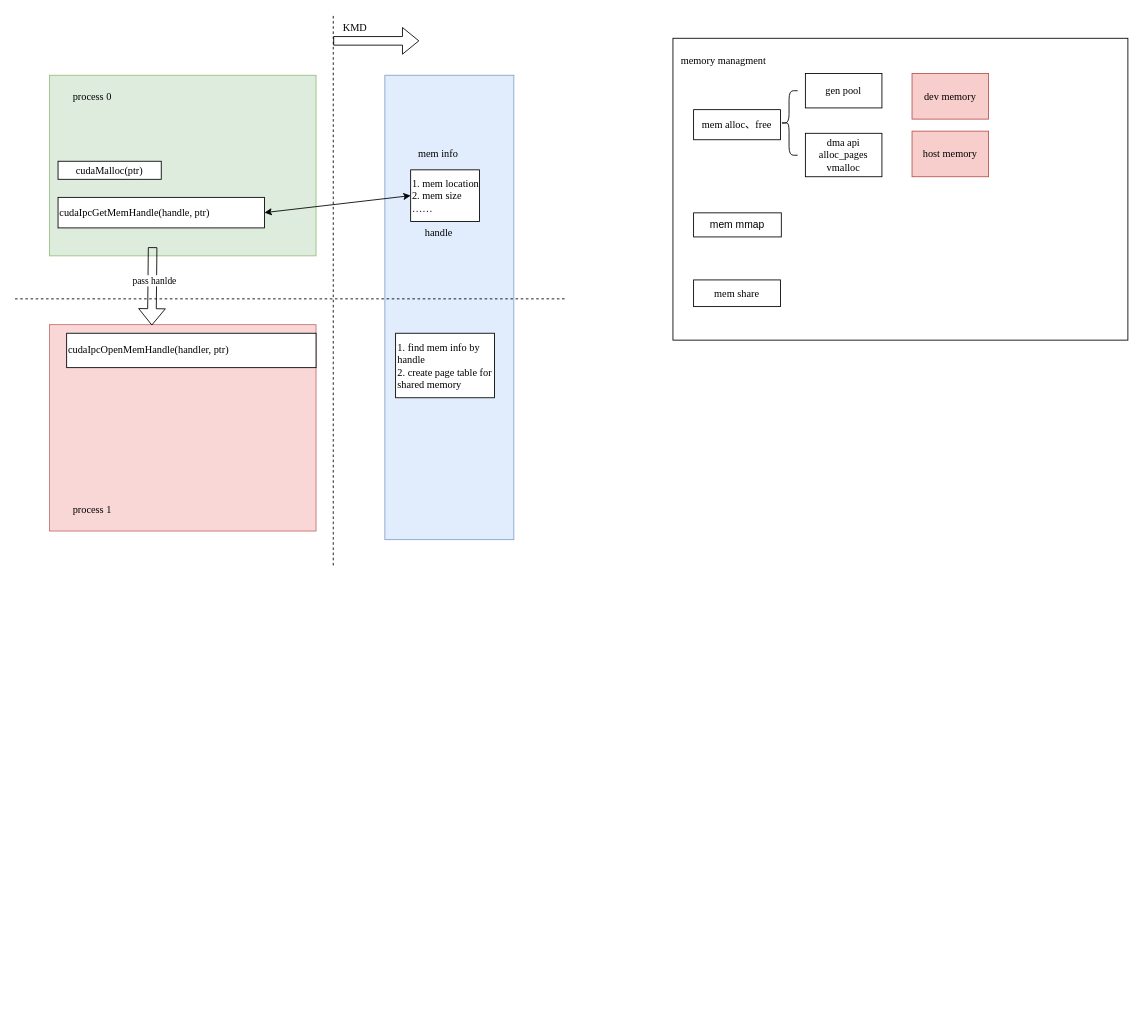
Earlier version of the draw.io diagram ipc_mem_share.drawio (andyzhanged/for_draw_io). Source tidied: cells renumbered, new cells numbered last; positions are measured from the earlier drawing's top-left corner, leaving out a move shared by most shapes. Both pictures are drawn from the tidied source at 86%, with x=0, y=0 at pixel (15, 15).
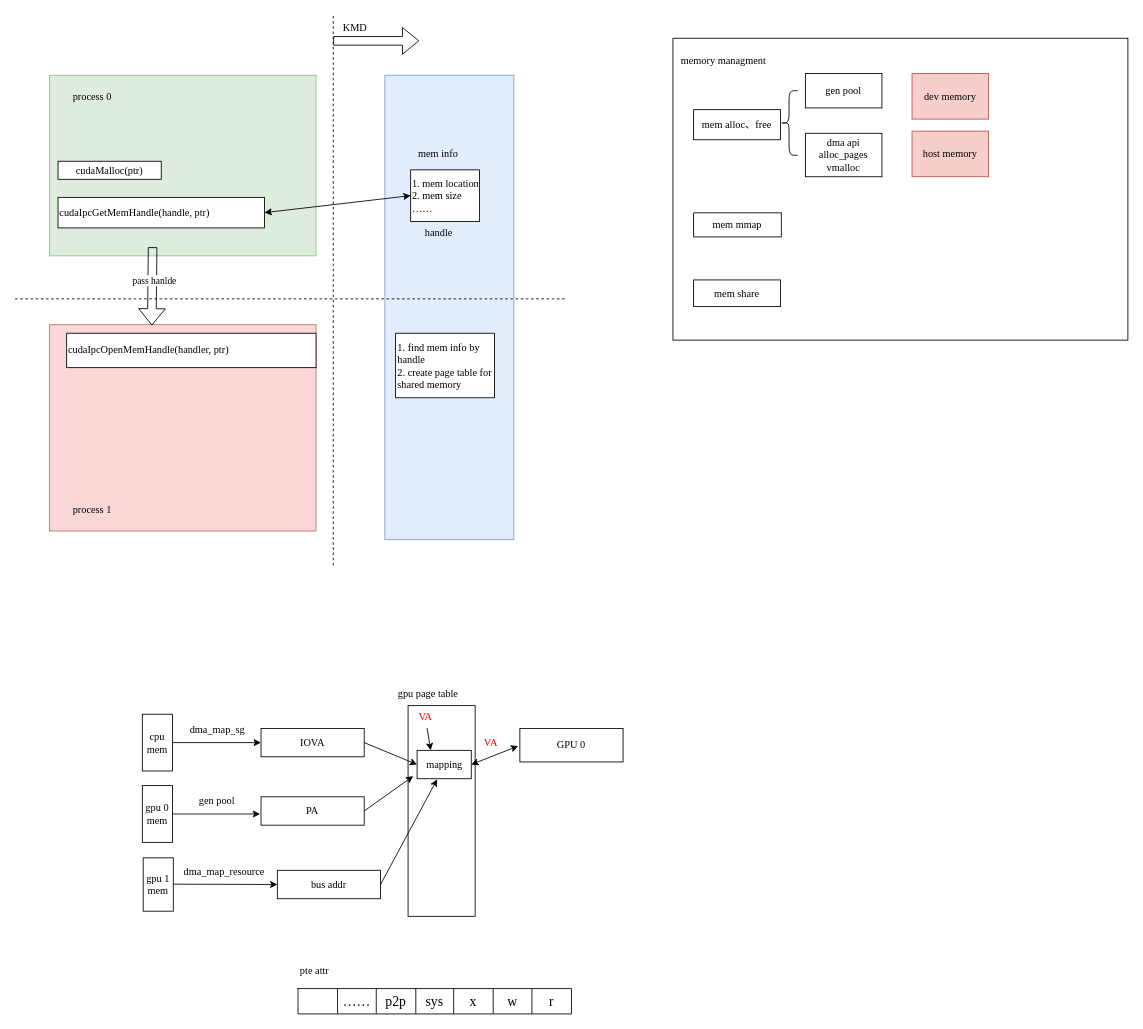
Above is the later version.

What changed in the source:
```diff
@@
+    <mxCell id="31" style="whiteSpace=wrap;html=1;fontFamily=Times New Roman;" parent="1" vertex="1">
+      <mxGeometry x="457" y="803" width="78" height="245" as="geometry" />
+    </mxCell>
@@
-    <mxCell id="30" value="mem mmap" style="rounded=0;whiteSpace=wrap;html=1;" parent="1" vertex="1">
+    <mxCell id="30" value="mem mmap" style="rounded=0;whiteSpace=wrap;html=1;fontFamily=Times New Roman;" parent="1" vertex="1">
       <mxGeometry x="789" y="230" width="102" height="28" as="geometry" />
     </mxCell>
+    <mxCell id="32" style="edgeStyle=orthogonalEdgeStyle;rounded=0;jettySize=auto;html=1;fontFamily=Times New Roman;" parent="1" edge="1" source="33" target="36">
+      <mxGeometry relative="1" as="geometry" />
+    </mxCell>
+    <mxCell id="33" value="&lt;div&gt;cpu mem&lt;/div&gt;" style="rounded=0;whiteSpace=wrap;html=1;fontFamily=Times New Roman;" parent="1" vertex="1">
+      <mxGeometry x="148" y="813" width="35" height="66" as="geometry" />
+    </mxCell>
+    <mxCell id="34" value="gpu 0&lt;br&gt;mem" style="rounded=0;whiteSpace=wrap;html=1;fontFamily=Times New Roman;" parent="1" vertex="1">
+      <mxGeometry x="148" y="896" width="35" height="66" as="geometry" />
+    </mxCell>
+    <mxCell id="35" value="gpu 1&lt;br&gt;mem" style="rounded=0;whiteSpace=wrap;html=1;fontFamily=Times New Roman;" parent="1" vertex="1">
+      <mxGeometry x="149" y="980" width="35" height="62" as="geometry" />
+    </mxCell>
+    <mxCell id="36" value="IOVA" style="whiteSpace=wrap;html=1;rounded=0;fontFamily=Times New Roman;" parent="1" vertex="1">
+      <mxGeometry x="286" y="829.5" width="120" height="33" as="geometry" />
+    </mxCell>
+    <mxCell id="37" value="&lt;div&gt;dma_map_sg&lt;/div&gt;" style="text;html=1;align=center;verticalAlign=middle;strokeColor=none;fillColor=none;fontFamily=Times New Roman;" parent="1" vertex="1">
+      <mxGeometry x="193.5" y="818" width="82" height="26" as="geometry" />
+    </mxCell>
+    <mxCell id="38" value="gpu page table" style="text;html=1;align=center;verticalAlign=middle;strokeColor=none;fillColor=none;fontFamily=Times New Roman;" parent="1" vertex="1">
+      <mxGeometry x="435.5" y="777" width="88" height="26" as="geometry" />
+    </mxCell>
+    <mxCell id="39" value="VA" style="text;html=1;align=center;verticalAlign=middle;points=[];strokeColor=none;fillColor=none;fontFamily=Times New Roman;fontColor=#FF0000;" parent="1" vertex="1">
+      <mxGeometry x="460" y="803" width="34" height="26" as="geometry" />
+    </mxCell>
+    <mxCell id="40" value="mapping" style="whiteSpace=wrap;html=1;rounded=0;fontFamily=Times New Roman;" parent="1" vertex="1">
+      <mxGeometry x="467.5" y="855" width="63" height="33" as="geometry" />
+    </mxCell>
+    <mxCell id="41" value="&lt;div&gt;GPU 0&lt;br&gt;&lt;/div&gt;" style="whiteSpace=wrap;html=1;fontFamily=Times New Roman;" parent="1" vertex="1">
+      <mxGeometry x="587" y="829.5" width="120" height="39" as="geometry" />
+    </mxCell>
+    <mxCell id="42" style="endArrow=classic;html=1;rounded=0;exitX=1;exitY=0.5;exitDx=0;exitDy=0;entryX=0;entryY=0.5;entryDx=0;entryDy=0;fontFamily=Times New Roman;" parent="1" edge="1" source="36" target="40">
+      <mxGeometry relative="1" as="geometry" />
+    </mxCell>
+    <mxCell id="43" style="endArrow=classic;html=1;rounded=0;entryX=0.25;entryY=0;entryDx=0;entryDy=0;fontFamily=Times New Roman;" parent="1" edge="1" source="39" target="40">
+      <mxGeometry relative="1" as="geometry" />
+    </mxCell>
+    <mxCell id="44" value="PA" style="whiteSpace=wrap;html=1;rounded=0;fontFamily=Times New Roman;" parent="1" vertex="1">
+      <mxGeometry x="286" y="909" width="120" height="33" as="geometry" />
+    </mxCell>
+    <mxCell id="45" value="gen pool" style="text;html=1;strokeColor=none;fillColor=none;align=center;verticalAlign=middle;whiteSpace=wrap;rounded=0;fontFamily=Times New Roman;" parent="1" vertex="1">
+      <mxGeometry x="205" y="899" width="60" height="30" as="geometry" />
+    </mxCell>
+    <mxCell id="46" style="endArrow=classic;html=1;rounded=0;exitX=1;exitY=0.5;exitDx=0;exitDy=0;fontFamily=Times New Roman;" parent="1" edge="1" source="34">
+      <mxGeometry relative="1" as="geometry">
+        <mxPoint x="285" y="929" as="targetPoint" />
+      </mxGeometry>
+    </mxCell>
+    <mxCell id="47" value="bus addr" style="whiteSpace=wrap;html=1;rounded=0;fontFamily=Times New Roman;" parent="1" vertex="1">
+      <mxGeometry x="305" y="994.5" width="120" height="33" as="geometry" />
+    </mxCell>
+    <mxCell id="48" style="endArrow=classic;html=1;rounded=0;exitX=1;exitY=0.5;exitDx=0;exitDy=0;entryX=0;entryY=0.5;entryDx=0;entryDy=0;fontFamily=Times New Roman;" parent="1" edge="1" target="47">
+      <mxGeometry relative="1" as="geometry">
+        <mxPoint x="184" y="1010.6" as="sourcePoint" />
+      </mxGeometry>
+    </mxCell>
+    <mxCell id="49" style="endArrow=classic;html=1;rounded=0;exitX=1;exitY=0.5;exitDx=0;exitDy=0;fontFamily=Times New Roman;" parent="1" edge="1" source="44">
+      <mxGeometry relative="1" as="geometry">
+        <mxPoint x="463" y="885" as="targetPoint" />
+      </mxGeometry>
+    </mxCell>
+    <mxCell id="50" style="endArrow=classic;html=1;rounded=0;exitX=1;exitY=0.5;exitDx=0;exitDy=0;entryX=0.37;entryY=1.02;entryDx=0;entryDy=0;entryPerimeter=0;fontFamily=Times New Roman;" parent="1" edge="1" source="47" target="40">
+      <mxGeometry relative="1" as="geometry" />
+    </mxCell>
+    <mxCell id="51" style="endArrow=classic;startArrow=classic;html=1;rounded=0;exitX=1;exitY=0.5;exitDx=0;exitDy=0;fontFamily=Times New Roman;" parent="1" edge="1" source="40">
+      <mxGeometry relative="1" as="geometry">
+        <mxPoint x="585" y="850" as="targetPoint" />
+      </mxGeometry>
+    </mxCell>
+    <mxCell id="52" style="shape=table;startSize=0;childLayout=tableLayout;fontSize=16;fontFamily=Times New Roman;" parent="1" vertex="1">
+      <mxGeometry x="329" y="1132" width="318" height="29.5" as="geometry" />
+    </mxCell>
+    <mxCell id="53" style="shape=tableRow;horizontal=0;startSize=0;swimlaneHead=0;swimlaneBody=0;strokeColor=inherit;top=0;left=0;bottom=0;right=0;fillColor=none;fontSize=16;fontFamily=Times New Roman;" parent="52" vertex="1">
+      <mxGeometry width="318" height="29" as="geometry" />
+    </mxCell>
+    <mxCell id="54" style="shape=partialRectangle;html=1;whiteSpace=wrap;strokeColor=inherit;overflow=hidden;fillColor=none;top=0;left=0;bottom=0;right=0;fontSize=16;fontFamily=Times New Roman;" parent="53" vertex="1">
+      <mxGeometry width="46" height="29" as="geometry" />
+    </mxCell>
+    <mxCell id="55" value="……" style="shape=partialRectangle;html=1;whiteSpace=wrap;strokeColor=inherit;overflow=hidden;fillColor=none;top=0;left=0;bottom=0;right=0;fontSize=16;fontFamily=Times New Roman;" parent="53" vertex="1">
+      <mxGeometry x="46" width="45" height="29" as="geometry" />
+    </mxCell>
+    <mxCell id="56" value="p2p" style="shape=partialRectangle;html=1;whiteSpace=wrap;strokeColor=inherit;overflow=hidden;fillColor=none;top=0;left=0;bottom=0;right=0;fontSize=16;fontFamily=Times New Roman;" parent="53" vertex="1">
+      <mxGeometry x="91" width="46" height="29" as="geometry" />
+    </mxCell>
+    <mxCell id="57" value="sys" style="shape=partialRectangle;html=1;whiteSpace=wrap;strokeColor=inherit;overflow=hidden;fillColor=none;top=0;left=0;bottom=0;right=0;fontSize=16;fontFamily=Times New Roman;" parent="53" vertex="1">
+      <mxGeometry x="137" width="44" height="29" as="geometry" />
+    </mxCell>
+    <mxCell id="58" value="x" style="shape=partialRectangle;html=1;whiteSpace=wrap;strokeColor=inherit;overflow=hidden;fillColor=none;top=0;left=0;bottom=0;right=0;fontSize=16;fontFamily=Times New Roman;" parent="53" vertex="1">
+      <mxGeometry x="181" width="46" height="29" as="geometry" />
+    </mxCell>
+    <mxCell id="59" value="w" style="shape=partialRectangle;html=1;whiteSpace=wrap;strokeColor=inherit;overflow=hidden;fillColor=none;top=0;left=0;bottom=0;right=0;fontSize=16;fontFamily=Times New Roman;" parent="53" vertex="1">
+      <mxGeometry x="227" width="45" height="29" as="geometry" />
+    </mxCell>
+    <mxCell id="60" value="r" style="shape=partialRectangle;html=1;whiteSpace=wrap;strokeColor=inherit;overflow=hidden;fillColor=none;top=0;left=0;bottom=0;right=0;fontSize=16;fontFamily=Times New Roman;" parent="53" vertex="1">
+      <mxGeometry x="272" width="46" height="29" as="geometry" />
+    </mxCell>
+    <mxCell id="61" value="pte attr" style="text;html=1;align=center;verticalAlign=middle;strokeColor=none;fillColor=none;fontFamily=Times New Roman;" parent="1" vertex="1">
+      <mxGeometry x="321.5" y="1098" width="52" height="26" as="geometry" />
+    </mxCell>
+    <mxCell id="62" value="dma_map_resource" style="text;html=1;align=center;verticalAlign=middle;strokeColor=none;fillColor=none;fontFamily=Times New Roman;" parent="1" vertex="1">
+      <mxGeometry x="187" y="983" width="112" height="26" as="geometry" />
+    </mxCell>
+    <mxCell id="63" value="VA" style="text;html=1;align=center;verticalAlign=middle;strokeColor=none;fillColor=none;fontFamily=Times New Roman;fontColor=#FF0000;" parent="1" vertex="1">
+      <mxGeometry x="535.5" y="834" width="34" height="26" as="geometry" />
+    </mxCell>
```
